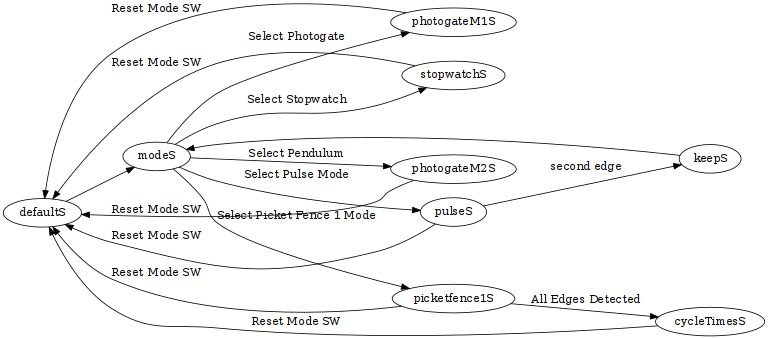
danpeirce/photogate-box-ssd1306term keeps this Graphviz diagram as image/pickmode.png. Above is the earlier version. Its source is kept beside it as pickmode.gv. Its diagram source:
```dot
digraph finite_state_machine {
        rankdir=LR;
        size="8,5"
        defaultS -> modeS
        modeS -> stopwatchS [ label = "Select Stopwatch" ]
        stopwatchS -> defaultS [ label = "Reset Mode SW" ]
        modeS -> photogateM1S [ label = "Select Photogate" ]
        photogateM1S -> defaultS [ label = "Reset Mode SW" ]
        modeS -> photogateM2S [ label = "Select Pendulum" ]
        photogateM2S -> defaultS [ label = "Reset Mode SW" ]
        modeS -> pulseS [ label = "Select Pulse Mode" ]
        pulseS -> defaultS [ label = "Reset Mode SW" ]
        pulseS -> keepS [label = "second edge" ]
        keepS -> modeS
        modeS -> picketfence1S [ label = "Select Picket Fence 1 Mode" ]
        picketfence1S -> defaultS [ label = "Reset Mode SW" ]
        picketfence1S -> cycleTimesS [ label = "All Edges Detected" ]
        cycleTimesS -> defaultS [ label = "Reset Mode SW" ]
}

/*
dot -Tpng pickmode.gv -o pickmode.png
*/
```
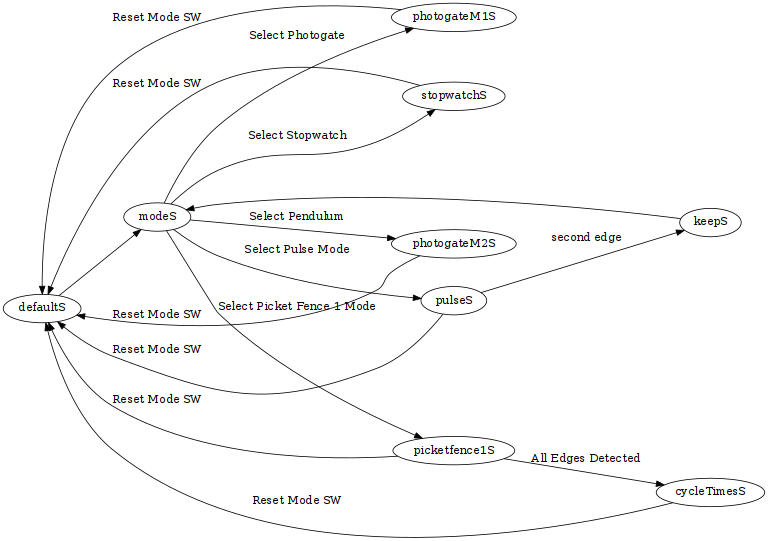
After the change.

Commit message:
improved spacing of pickmode.png

Diff of the diagram source:
```diff
@@ -1,6 +1,7 @@
 digraph finite_state_machine {
         rankdir=LR;
-        size="8,5"
+        size="8,10"
+        graph [ranksep="0.525", nodesep="0.5"];
         defaultS -> modeS
         modeS -> stopwatchS [ label = "Select Stopwatch" ]
         stopwatchS -> defaultS [ label = "Reset Mode SW" ]
```
